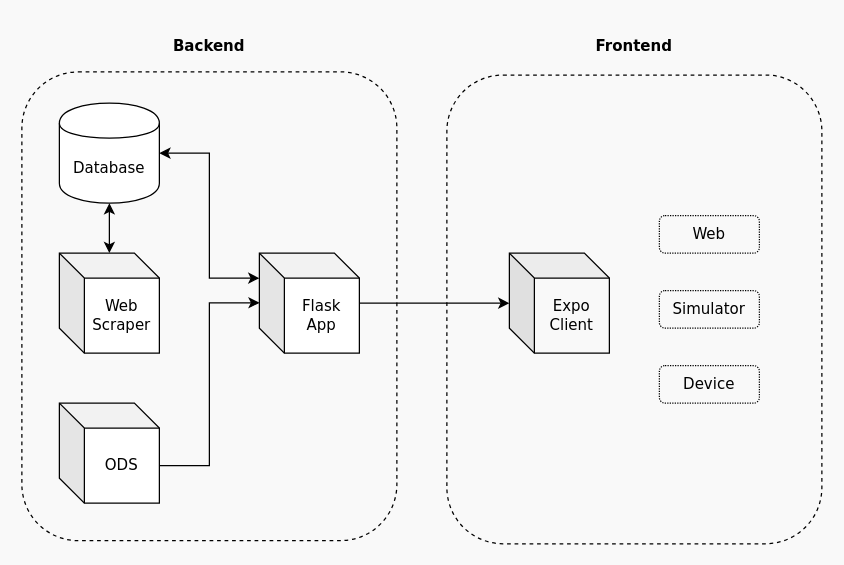
fischerbenjamin/meinbundestag keeps this draw.io diagram as doc/presentation/fig/technology_overview.drawio. Above is the earlier version. Source tidied: cells renumbered, new cells numbered last; positions are measured from the earlier drawing's top-left corner, leaving out a move shared by most shapes. Both pictures are drawn from the tidied source at 125%, with x=0, y=0 at pixel (21, 21).
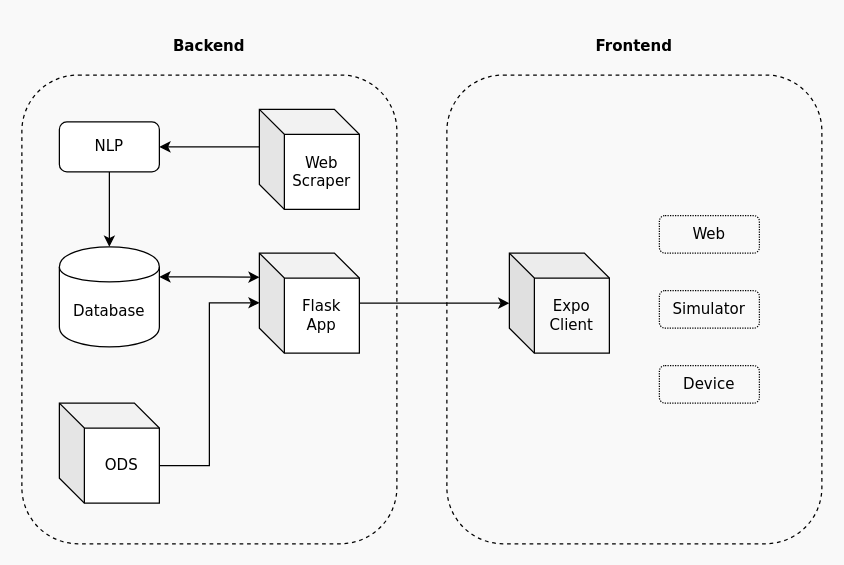
The same page after the edit.

Change to the diagram source:
```diff
@@
 <mxGraphModel background="#F9F9F9">
   <root>
     <mxCell id="0" />
     <mxCell id="1" parent="0" />
     <mxCell id="2" style="edgeStyle=orthogonalEdgeStyle;rounded=0;jettySize=auto;html=1;exitX=0;exitY=0;exitDx=80;exitDy=50;exitPerimeter=0;entryX=0.002;entryY=0.497;entryDx=0;entryDy=0;entryPerimeter=0;startArrow=none;startFill=0;" parent="1" edge="1" source="3" target="7">
       <mxGeometry relative="1" as="geometry" />
     </mxCell>
     <mxCell id="3" value="&lt;font face=&quot;Verdana&quot;&gt;ODS&lt;/font&gt;" style="shape=cube;whiteSpace=wrap;html=1;boundedLbl=1;backgroundOutline=1;darkOpacity=0.05;darkOpacity2=0.1;" parent="1" vertex="1">
       <mxGeometry x="30" y="305" width="80" height="80" as="geometry" />
     </mxCell>
+    <mxCell id="18" style="edgeStyle=orthogonalEdgeStyle;rounded=0;jettySize=auto;html=1;exitX=1;exitY=0.3;exitDx=0;exitDy=0;entryX=0.002;entryY=0.241;entryDx=0;entryDy=0;entryPerimeter=0;startArrow=classic;startFill=1;" parent="1" edge="1" source="4" target="7">
+      <mxGeometry relative="1" as="geometry" />
+    </mxCell>
+    <mxCell id="19" style="edgeStyle=orthogonalEdgeStyle;rounded=0;jettySize=auto;html=1;exitX=0.5;exitY=0;exitDx=0;exitDy=0;entryX=0.5;entryY=1;entryDx=0;entryDy=0;startArrow=classic;startFill=1;endArrow=none;endFill=0;" parent="1" edge="1" source="4" target="21">
+      <mxGeometry relative="1" as="geometry" />
+    </mxCell>
     <mxCell id="4" value="&lt;font face=&quot;Verdana&quot;&gt;Database&lt;/font&gt;" style="shape=cylinder;whiteSpace=wrap;html=1;boundedLbl=1;backgroundOutline=1;" parent="1" vertex="1">
-      <mxGeometry x="30" y="65" width="80" height="80" as="geometry" />
+      <mxGeometry x="30" y="180" width="80" height="80" as="geometry" />
     </mxCell>
-    <mxCell id="5" style="edgeStyle=orthogonalEdgeStyle;rounded=0;jettySize=auto;html=1;entryX=1;entryY=0.5;entryDx=0;entryDy=0;startArrow=classic;startFill=1;" parent="1" edge="1" source="7" target="4">
-      <mxGeometry relative="1" as="geometry">
-        <Array as="points">
-          <mxPoint x="150" y="205" />
-          <mxPoint x="150" y="105" />
-        </Array>
-      </mxGeometry>
-    </mxCell>
     <mxCell id="6" style="edgeStyle=orthogonalEdgeStyle;rounded=0;jettySize=auto;html=1;startArrow=none;startFill=0;" parent="1" edge="1" source="7" target="10">
       <mxGeometry relative="1" as="geometry" />
     </mxCell>
     <mxCell id="7" value="&lt;font face=&quot;Verdana&quot;&gt;Flask App&lt;/font&gt;" style="shape=cube;whiteSpace=wrap;html=1;boundedLbl=1;backgroundOutline=1;darkOpacity=0.05;darkOpacity2=0.1;" parent="1" vertex="1">
       <mxGeometry x="190" y="185" width="80" height="80" as="geometry" />
     </mxCell>
-    <mxCell id="8" style="edgeStyle=orthogonalEdgeStyle;rounded=0;jettySize=auto;html=1;entryX=0.5;entryY=1;entryDx=0;entryDy=0;startArrow=classic;startFill=1;" parent="1" edge="1" source="14" target="4">
-      <mxGeometry relative="1" as="geometry" />
-    </mxCell>
     <mxCell id="9" style="rounded=1;whiteSpace=wrap;html=1;dashed=1;fillColor=none;" parent="1" vertex="1">
-      <mxGeometry y="40" width="300" height="375" as="geometry" />
+      <mxGeometry y="42.5" width="300" height="375" as="geometry" />
     </mxCell>
     <mxCell id="10" value="&lt;font face=&quot;Verdana&quot;&gt;Expo Client&lt;/font&gt;" style="shape=cube;whiteSpace=wrap;html=1;boundedLbl=1;backgroundOutline=1;darkOpacity=0.05;darkOpacity2=0.1;rounded=1;fillColor=none;" parent="1" vertex="1">
       <mxGeometry x="390" y="185" width="80" height="80" as="geometry" />
     </mxCell>
     <mxCell id="11" value="Web" style="rounded=1;whiteSpace=wrap;html=1;fillColor=none;dashed=1;dashPattern=1 1;fontFamily=Verdana;" parent="1" vertex="1">
       <mxGeometry x="510" y="155" width="80" height="30" as="geometry" />
     </mxCell>
     <mxCell id="12" value="&lt;font face=&quot;Verdana&quot;&gt;Device&lt;/font&gt;" style="rounded=1;whiteSpace=wrap;html=1;fillColor=none;dashed=1;dashPattern=1 1;" parent="1" vertex="1">
       <mxGeometry x="510" y="275" width="80" height="30" as="geometry" />
     </mxCell>
     <mxCell id="13" value="&lt;font face=&quot;Verdana&quot;&gt;Simulator&lt;/font&gt;" style="rounded=1;whiteSpace=wrap;html=1;fillColor=none;dashed=1;dashPattern=1 1;" parent="1" vertex="1">
       <mxGeometry x="510" y="215" width="80" height="30" as="geometry" />
     </mxCell>
+    <mxCell id="20" style="edgeStyle=orthogonalEdgeStyle;rounded=0;jettySize=auto;html=1;exitX=0;exitY=0;exitDx=0;exitDy=30;exitPerimeter=0;entryX=1;entryY=0.5;entryDx=0;entryDy=0;startArrow=none;startFill=0;endArrow=classic;endFill=1;" parent="1" edge="1" source="14" target="21">
+      <mxGeometry relative="1" as="geometry" />
+    </mxCell>
     <mxCell id="14" value="&lt;div&gt;&lt;font face=&quot;Verdana&quot;&gt;Web&lt;/font&gt;&lt;/div&gt;&lt;div&gt;&lt;font face=&quot;Verdana&quot;&gt;Scraper&lt;br&gt;&lt;/font&gt;&lt;/div&gt;" style="shape=cube;whiteSpace=wrap;html=1;boundedLbl=1;backgroundOutline=1;darkOpacity=0.05;darkOpacity2=0.1;" parent="1" vertex="1">
-      <mxGeometry x="30" y="185" width="80" height="80" as="geometry" />
+      <mxGeometry x="190" y="70" width="80" height="80" as="geometry" />
     </mxCell>
     <mxCell id="15" style="rounded=1;whiteSpace=wrap;html=1;dashed=1;fillColor=none;glass=0;" parent="1" vertex="1">
       <mxGeometry x="340" y="42.5" width="300" height="375" as="geometry" />
     </mxCell>
     <mxCell id="16" value="&lt;b&gt;&lt;font face=&quot;Verdana&quot;&gt;Backend&lt;/font&gt;&lt;/b&gt;" style="text;html=1;strokeColor=none;fillColor=none;align=center;verticalAlign=middle;whiteSpace=wrap;rounded=0;" parent="1" vertex="1">
       <mxGeometry x="90" width="120" height="40" as="geometry" />
     </mxCell>
     <mxCell id="17" value="&lt;b&gt;&lt;font face=&quot;Verdana&quot;&gt;Frontend&lt;/font&gt;&lt;/b&gt;" style="text;html=1;strokeColor=none;fillColor=none;align=center;verticalAlign=middle;whiteSpace=wrap;rounded=0;" parent="1" vertex="1">
       <mxGeometry x="430" width="120" height="40" as="geometry" />
     </mxCell>
+    <mxCell id="21" value="&lt;font face=&quot;Verdana&quot;&gt;NLP&lt;/font&gt;" style="rounded=1;whiteSpace=wrap;html=1;" parent="1" vertex="1">
+      <mxGeometry x="30" y="80" width="80" height="40" as="geometry" />
+    </mxCell>
   </root>
 </mxGraphModel>
```
